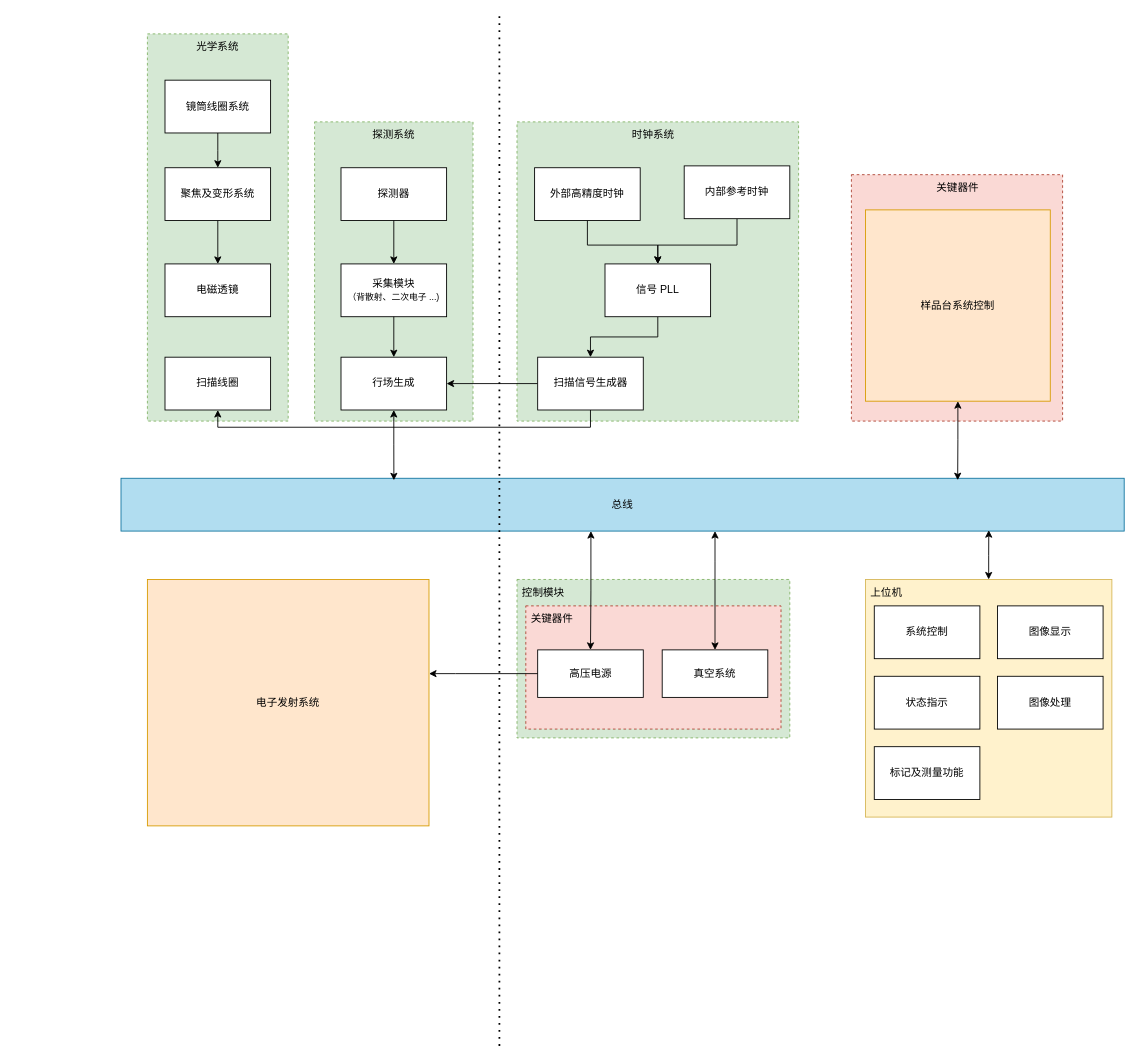
This is page "第一张图" (1 of 2) of 系统结构图.drawio from SolarAA-11/drawio, a draw.io file, before an edit. Source tidied: cells renumbered, new cells numbered last; positions are measured from the earlier drawing's top-left corner, leaving out a move shared by most shapes. Both pictures are drawn from the tidied source at 88%, with x=0, y=0 at pixel (121, 16).
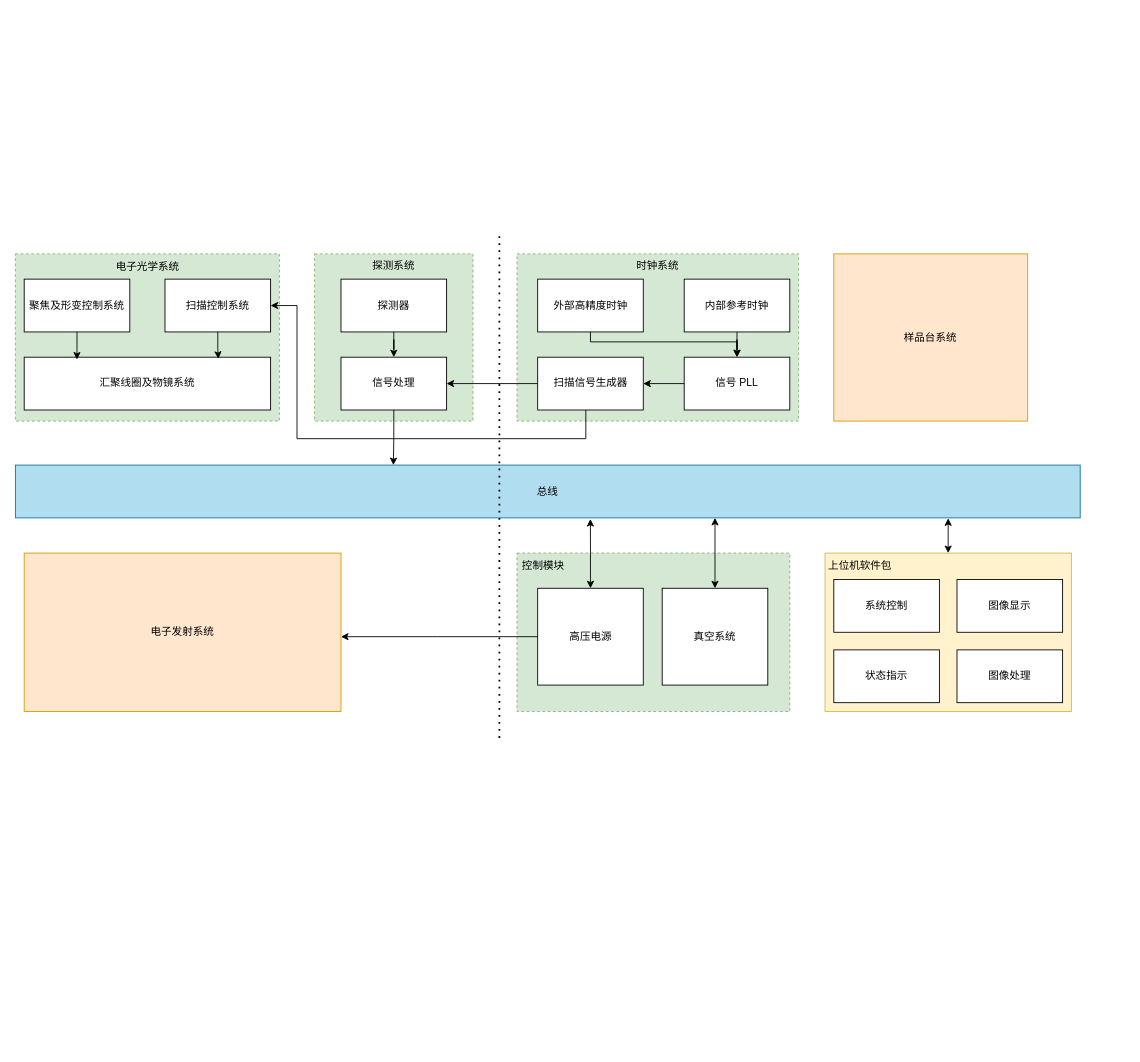
The same page after the edit.

Commit message (it also covers changes not shown here):
更新系统结构图.drawio

The change refers to these unchanged cells:
```xml
<mxCell id="28" value="扫描信号生成器" style="rounded=0;whiteSpace=wrap;html=1;" parent="1" vertex="1">
  <mxGeometry x="473.5" y="387.4" width="120" height="60" as="geometry" />
</mxCell>
```

Diff of the diagram source:
```diff
@@
-    <mxCell id="2" style="rounded=0;whiteSpace=wrap;html=1;fillColor=#fad9d5;dashed=1;strokeColor=#ae4132;" parent="1" vertex="1">
-      <mxGeometry x="830" y="180" width="240" height="280" as="geometry" />
-    </mxCell>
     <mxCell id="3" style="rounded=0;whiteSpace=wrap;html=1;dashed=1;fillColor=#d5e8d4;strokeColor=#82b366;" parent="1" vertex="1">
-      <mxGeometry x="30" y="20" width="160" height="440" as="geometry" />
+      <mxGeometry x="-120" y="270" width="300" height="190" as="geometry" />
     </mxCell>
     <mxCell id="4" style="rounded=0;whiteSpace=wrap;html=1;dashed=1;fillColor=#d5e8d4;strokeColor=#82b366;" parent="1" vertex="1">
-      <mxGeometry x="450" y="640" width="310" height="180" as="geometry" />
+      <mxGeometry x="450" y="610" width="310" height="180" as="geometry" />
     </mxCell>
-    <mxCell id="5" style="rounded=0;whiteSpace=wrap;html=1;fillColor=#fad9d5;strokeColor=#ae4132;dashed=1;" parent="1" vertex="1">
-      <mxGeometry x="460" y="670" width="290" height="140" as="geometry" />
-    </mxCell>
     <mxCell id="6" style="rounded=0;whiteSpace=wrap;html=1;fillColor=#d5e8d4;dashed=1;strokeColor=#82b366;" parent="1" vertex="1">
-      <mxGeometry x="220" y="120" width="180" height="340" as="geometry" />
+      <mxGeometry x="220" y="270" width="180" height="190" as="geometry" />
     </mxCell>
     <mxCell id="7" style="rounded=0;whiteSpace=wrap;html=1;fillColor=#d5e8d4;dashed=1;strokeColor=#82b366;" parent="1" vertex="1">
-      <mxGeometry x="450" y="120" width="320" height="340" as="geometry" />
+      <mxGeometry x="450" y="270" width="320" height="190" as="geometry" />
     </mxCell>
-    <mxCell id="8" style="edgeStyle=orthogonalEdgeStyle;rounded=0;jettySize=auto;html=1;entryX=0.5;entryY=0;entryDx=0;entryDy=0;startArrow=classic;startFill=1;" parent="1" edge="1" source="10" target="12">
-      <mxGeometry relative="1" as="geometry">
-        <Array as="points">
-          <mxPoint x="534" y="653" />
-          <mxPoint x="534" y="653" />
-        </Array>
-      </mxGeometry>
-    </mxCell>
@@
     <mxCell id="10" value="总线" style="rounded=0;whiteSpace=wrap;html=1;fillColor=#b1ddf0;strokeColor=#10739e;" parent="1" vertex="1">
-      <mxGeometry y="525" width="1140" height="60" as="geometry" />
+      <mxGeometry x="-120" y="510" width="1210" height="60" as="geometry" />
     </mxCell>
+    <mxCell id="53" style="edgeStyle=orthogonalEdgeStyle;rounded=0;jettySize=auto;html=1;entryX=0.456;entryY=0.97;entryDx=0;entryDy=0;entryPerimeter=0;startArrow=classic;startFill=1;endArrow=none;endFill=0;" parent="1" edge="1" source="11" target="28">
+      <mxGeometry relative="1" as="geometry">
+        <Array as="points">
+          <mxPoint x="200" y="329" />
+          <mxPoint x="200" y="480" />
+          <mxPoint x="528" y="480" />
+        </Array>
+      </mxGeometry>
+    </mxCell>
-    <mxCell id="11" value="电磁透镜" style="rounded=0;whiteSpace=wrap;html=1;" parent="1" vertex="1">
-      <mxGeometry x="50" y="281.4" width="120" height="60" as="geometry" />
+    <mxCell id="11" value="扫描控制系统" style="rounded=0;whiteSpace=wrap;html=1;" parent="1" vertex="1">
+      <mxGeometry x="50" y="298.7" width="120" height="60" as="geometry" />
     </mxCell>
     <mxCell id="12" value="高压电源" style="rounded=0;whiteSpace=wrap;html=1;" parent="1" vertex="1">
-      <mxGeometry x="473.5" y="720" width="120" height="54" as="geometry" />
+      <mxGeometry x="473.5" y="650" width="120" height="110" as="geometry" />
     </mxCell>
     <mxCell id="13" value="真空系统" style="rounded=0;whiteSpace=wrap;html=1;" parent="1" vertex="1">
-      <mxGeometry x="615" y="720" width="120" height="54" as="geometry" />
+      <mxGeometry x="615" y="650" width="120" height="110" as="geometry" />
     </mxCell>
-    <mxCell id="14" value="样品台系统控制" style="rounded=0;whiteSpace=wrap;html=1;fillColor=#ffe6cc;strokeColor=#d79b00;" parent="1" vertex="1">
-      <mxGeometry x="846" y="220" width="210" height="217.4" as="geometry" />
+    <mxCell id="14" value="样品台系统&lt;br&gt;" style="rounded=0;whiteSpace=wrap;html=1;fillColor=#ffe6cc;strokeColor=#d79b00;" parent="1" vertex="1">
+      <mxGeometry x="810" y="270" width="220.3" height="190" as="geometry" />
     </mxCell>
     <mxCell id="15" value="控制模块" style="text;html=1;strokeColor=none;fillColor=none;align=center;verticalAlign=middle;whiteSpace=wrap;rounded=0;" parent="1" vertex="1">
-      <mxGeometry x="450" y="640" width="60" height="30" as="geometry" />
+      <mxGeometry x="450" y="610" width="60" height="30" as="geometry" />
     </mxCell>
-    <mxCell id="16" value="扫描线圈" style="rounded=0;whiteSpace=wrap;html=1;" parent="1" vertex="1">
-      <mxGeometry x="50" y="387.4" width="120" height="60" as="geometry" />
-    </mxCell>
@@
     <mxCell id="18" value="信号 PLL" style="rounded=0;whiteSpace=wrap;html=1;" parent="1" vertex="1">
-      <mxGeometry x="550" y="281.4" width="120" height="60" as="geometry" />
+      <mxGeometry x="640" y="387.4" width="120" height="60" as="geometry" />
     </mxCell>
     <mxCell id="19" style="edgeStyle=orthogonalEdgeStyle;rounded=0;jettySize=auto;html=1;entryX=0.5;entryY=0;entryDx=0;entryDy=0;" parent="1" edge="1" source="20" target="18">
-      <mxGeometry relative="1" as="geometry">
-        <Array as="points">
-          <mxPoint x="700" y="260" />
-          <mxPoint x="610" y="260" />
-        </Array>
-      </mxGeometry>
+      <mxGeometry relative="1" as="geometry" />
     </mxCell>
     <mxCell id="20" value="内部参考时钟" style="rounded=0;whiteSpace=wrap;html=1;" parent="1" vertex="1">
-      <mxGeometry x="640" y="170" width="120" height="60" as="geometry" />
+      <mxGeometry x="640" y="298.7" width="120" height="60" as="geometry" />
     </mxCell>
-    <mxCell id="21" style="edgeStyle=orthogonalEdgeStyle;rounded=0;jettySize=auto;html=1;" parent="1" edge="1" source="22" target="18">
+    <mxCell id="21" style="edgeStyle=orthogonalEdgeStyle;rounded=0;jettySize=auto;html=1;entryX=0.5;entryY=0;entryDx=0;entryDy=0;" parent="1" edge="1" source="22" target="18">
       <mxGeometry relative="1" as="geometry">
         <Array as="points">
-          <mxPoint x="530" y="260" />
-          <mxPoint x="610" y="260" />
+          <mxPoint x="533" y="370" />
+          <mxPoint x="700" y="370" />
         </Array>
       </mxGeometry>
     </mxCell>
     <mxCell id="22" value="外部高精度时钟" style="rounded=0;whiteSpace=wrap;html=1;" parent="1" vertex="1">
-      <mxGeometry x="470" y="172.1" width="120" height="60" as="geometry" />
+      <mxGeometry x="473.5" y="298.7" width="120" height="60" as="geometry" />
     </mxCell>
     <mxCell id="23" value="探测系统" style="text;html=1;strokeColor=none;fillColor=none;align=center;verticalAlign=middle;whiteSpace=wrap;rounded=0;" parent="1" vertex="1">
-      <mxGeometry x="280" y="120" width="60" height="30" as="geometry" />
+      <mxGeometry x="280" y="268.7" width="60" height="30" as="geometry" />
     </mxCell>
     <mxCell id="24" value="时钟系统" style="text;html=1;strokeColor=none;fillColor=none;align=center;verticalAlign=middle;whiteSpace=wrap;rounded=0;" parent="1" vertex="1">
-      <mxGeometry x="575" y="120" width="60" height="30" as="geometry" />
+      <mxGeometry x="580" y="268.7" width="60" height="30" as="geometry" />
     </mxCell>
-    <mxCell id="25" value="行场生成" style="rounded=0;whiteSpace=wrap;html=1;" parent="1" vertex="1">
+    <mxCell id="25" value="信号处理" style="rounded=0;whiteSpace=wrap;html=1;" parent="1" vertex="1">
       <mxGeometry x="250" y="387.4" width="120" height="60" as="geometry" />
     </mxCell>
@@
-    <mxCell id="27" style="edgeStyle=orthogonalEdgeStyle;rounded=0;jettySize=auto;html=1;entryX=0.5;entryY=1;entryDx=0;entryDy=0;exitX=0.5;exitY=1;exitDx=0;exitDy=0;" parent="1" edge="1" source="28" target="16">
-      <mxGeometry relative="1" as="geometry">
-        <Array as="points">
-          <mxPoint x="534" y="467" />
-          <mxPoint x="110" y="467" />
-        </Array>
-      </mxGeometry>
-    </mxCell>
@@
-    <mxCell id="29" value="采集模块&lt;br&gt;&lt;font style=&quot;font-size: 10px;&quot;&gt;（背散射、二次电子 ...)&lt;/font&gt;" style="rounded=0;whiteSpace=wrap;html=1;" parent="1" vertex="1">
-      <mxGeometry x="250" y="281.4" width="120" height="60" as="geometry" />
-    </mxCell>
+    <mxCell id="54" style="edgeStyle=orthogonalEdgeStyle;rounded=0;jettySize=auto;html=1;entryX=0.5;entryY=0;entryDx=0;entryDy=0;" parent="1" edge="1" source="30" target="25">
+      <mxGeometry relative="1" as="geometry" />
+    </mxCell>
     <mxCell id="30" value="探测器" style="rounded=0;whiteSpace=wrap;html=1;" parent="1" vertex="1">
-      <mxGeometry x="250" y="172.1" width="120" height="60" as="geometry" />
+      <mxGeometry x="250" y="298.7" width="120" height="60" as="geometry" />
     </mxCell>
-    <mxCell id="31" style="endArrow=classic;html=1;rounded=0;exitX=0.5;exitY=1;exitDx=0;exitDy=0;entryX=0.5;entryY=0;entryDx=0;entryDy=0;" parent="1" edge="1" source="30" target="29">
-      <mxGeometry relative="1" as="geometry" />
-    </mxCell>
-    <mxCell id="32" style="endArrow=classic;html=1;rounded=0;exitX=0.5;exitY=1;exitDx=0;exitDy=0;entryX=0.5;entryY=0;entryDx=0;entryDy=0;" parent="1" edge="1" source="29" target="25">
-      <mxGeometry relative="1" as="geometry" />
-    </mxCell>
-    <mxCell id="33" value="关键器件" style="text;html=1;strokeColor=none;fillColor=none;align=center;verticalAlign=middle;whiteSpace=wrap;rounded=0;" parent="1" vertex="1">
-      <mxGeometry x="460" y="670" width="60" height="30" as="geometry" />
-    </mxCell>
     <mxCell id="34" style="rounded=0;whiteSpace=wrap;html=1;fillColor=#fff2cc;strokeColor=#d6b656;" parent="1" vertex="1">
-      <mxGeometry x="846" y="640" width="280" height="270" as="geometry" />
+      <mxGeometry x="800" y="610" width="280" height="180" as="geometry" />
     </mxCell>
     <mxCell id="35" value="系统控制" style="rounded=0;whiteSpace=wrap;html=1;" parent="1" vertex="1">
-      <mxGeometry x="856" y="670" width="120" height="60" as="geometry" />
+      <mxGeometry x="810" y="640" width="120" height="60" as="geometry" />
     </mxCell>
     <mxCell id="36" value="图像显示" style="rounded=0;whiteSpace=wrap;html=1;" parent="1" vertex="1">
-      <mxGeometry x="996" y="670" width="120" height="60" as="geometry" />
+      <mxGeometry x="950" y="640" width="120" height="60" as="geometry" />
     </mxCell>
     <mxCell id="37" value="状态指示" style="rounded=0;whiteSpace=wrap;html=1;" parent="1" vertex="1">
-      <mxGeometry x="856" y="750" width="120" height="60" as="geometry" />
+      <mxGeometry x="810" y="720" width="120" height="60" as="geometry" />
     </mxCell>
     <mxCell id="38" value="图像处理" style="rounded=0;whiteSpace=wrap;html=1;" parent="1" vertex="1">
-      <mxGeometry x="996" y="750" width="120" height="60" as="geometry" />
+      <mxGeometry x="950" y="720" width="120" height="60" as="geometry" />
     </mxCell>
-    <mxCell id="39" value="标记及测量功能" style="rounded=0;whiteSpace=wrap;html=1;" parent="1" vertex="1">
-      <mxGeometry x="856" y="830" width="120" height="60" as="geometry" />
-    </mxCell>
-    <mxCell id="40" value="上位机" style="text;html=1;strokeColor=none;fillColor=none;align=center;verticalAlign=middle;whiteSpace=wrap;rounded=0;" parent="1" vertex="1">
-      <mxGeometry x="840" y="640" width="60" height="30" as="geometry" />
+    <mxCell id="40" value="上位机软件包" style="text;html=1;strokeColor=none;fillColor=none;align=center;verticalAlign=middle;whiteSpace=wrap;rounded=0;" parent="1" vertex="1">
+      <mxGeometry x="800" y="610" width="80" height="30" as="geometry" />
     </mxCell>
-    <mxCell id="41" style="edgeStyle=orthogonalEdgeStyle;rounded=0;jettySize=auto;html=1;" parent="1" edge="1" source="42" target="44">
-      <mxGeometry relative="1" as="geometry" />
-    </mxCell>
-    <mxCell id="42" value="镜筒线圈系统" style="rounded=0;whiteSpace=wrap;html=1;" parent="1" vertex="1">
-      <mxGeometry x="50" y="72.6" width="120" height="60" as="geometry" />
+    <mxCell id="42" value="汇聚线圈及物镜系统" style="rounded=0;whiteSpace=wrap;html=1;" parent="1" vertex="1">
+      <mxGeometry x="-110" y="387.4" width="280" height="60" as="geometry" />
     </mxCell>
-    <mxCell id="43" style="edgeStyle=orthogonalEdgeStyle;rounded=0;jettySize=auto;html=1;entryX=0.5;entryY=0;entryDx=0;entryDy=0;" parent="1" edge="1" source="44" target="11">
-      <mxGeometry relative="1" as="geometry" />
-    </mxCell>
-    <mxCell id="44" value="聚焦及变形系统" style="rounded=0;whiteSpace=wrap;html=1;" parent="1" vertex="1">
-      <mxGeometry x="50" y="172.1" width="120" height="60" as="geometry" />
+    <mxCell id="44" value="聚焦及形变控制系统" style="rounded=0;whiteSpace=wrap;html=1;" parent="1" vertex="1">
+      <mxGeometry x="-110" y="298.7" width="120" height="60" as="geometry" />
     </mxCell>
-    <mxCell id="45" value="光学系统" style="text;html=1;strokeColor=none;fillColor=none;align=center;verticalAlign=middle;whiteSpace=wrap;rounded=0;" parent="1" vertex="1">
-      <mxGeometry x="80" y="20" width="60" height="30" as="geometry" />
+    <mxCell id="45" value="电子光学系统" style="text;html=1;strokeColor=none;fillColor=none;align=center;verticalAlign=middle;whiteSpace=wrap;rounded=0;" parent="1" vertex="1">
+      <mxGeometry x="-7.5" y="270" width="75" height="30" as="geometry" />
     </mxCell>
     <mxCell id="46" value="电子发射系统" style="rounded=0;whiteSpace=wrap;html=1;fillColor=#ffe6cc;strokeColor=#d79b00;" parent="1" vertex="1">
-      <mxGeometry x="30" y="640" width="320" height="280" as="geometry" />
+      <mxGeometry x="-110" y="610" width="360" height="180" as="geometry" />
     </mxCell>
     <mxCell id="47" style="endArrow=none;dashed=1;html=1;dashPattern=1 3;strokeWidth=2;rounded=0;" parent="1" edge="1">
       <mxGeometry relative="1" as="geometry">
-        <mxPoint x="430" y="1170" as="sourcePoint" />
-        <mxPoint x="430" as="targetPoint" />
+        <mxPoint x="430" y="820" as="sourcePoint" />
+        <mxPoint x="430" y="250" as="targetPoint" />
       </mxGeometry>
     </mxCell>
+    <mxCell id="51" style="edgeStyle=orthogonalEdgeStyle;rounded=0;jettySize=auto;html=1;" parent="1" edge="1" source="12" target="46">
+      <mxGeometry relative="1" as="geometry">
+        <Array as="points">
+          <mxPoint x="360" y="705" />
+          <mxPoint x="360" y="705" />
+        </Array>
+      </mxGeometry>
+    </mxCell>
+    <mxCell id="55" style="edgeStyle=orthogonalEdgeStyle;rounded=0;jettySize=auto;html=1;entryX=0.788;entryY=0.03;entryDx=0;entryDy=0;entryPerimeter=0;" parent="1" edge="1" source="11" target="42">
+      <mxGeometry relative="1" as="geometry" />
+    </mxCell>
+    <mxCell id="56" style="edgeStyle=orthogonalEdgeStyle;rounded=0;jettySize=auto;html=1;entryX=0.214;entryY=0.044;entryDx=0;entryDy=0;entryPerimeter=0;" parent="1" edge="1" source="44" target="42">
+      <mxGeometry relative="1" as="geometry" />
+    </mxCell>
-    <mxCell id="48" style="edgeStyle=orthogonalEdgeStyle;rounded=0;jettySize=auto;html=1;entryX=0.865;entryY=0.983;entryDx=0;entryDy=0;entryPerimeter=0;startArrow=classic;startFill=1;" parent="1" edge="1" source="34" target="10">
+    <mxCell id="48" style="edgeStyle=orthogonalEdgeStyle;rounded=0;jettySize=auto;html=1;entryX=0.876;entryY=1.008;entryDx=0;entryDy=0;entryPerimeter=0;startArrow=classic;startFill=1;" parent="1" edge="1" source="34" target="10">
       <mxGeometry relative="1" as="geometry" />
     </mxCell>
-    <mxCell id="49" style="edgeStyle=orthogonalEdgeStyle;rounded=0;jettySize=auto;html=1;entryX=0.272;entryY=0.038;entryDx=0;entryDy=0;entryPerimeter=0;startArrow=classic;startFill=1;" parent="1" edge="1" source="25" target="10">
+    <mxCell id="49" style="edgeStyle=orthogonalEdgeStyle;rounded=0;jettySize=auto;html=1;entryX=0.355;entryY=0;entryDx=0;entryDy=0;entryPerimeter=0;" parent="1" edge="1" source="25" target="10">
       <mxGeometry relative="1" as="geometry" />
     </mxCell>
-    <mxCell id="50" style="edgeStyle=orthogonalEdgeStyle;rounded=0;jettySize=auto;html=1;entryX=0.834;entryY=0.036;entryDx=0;entryDy=0;entryPerimeter=0;startArrow=classic;startFill=1;" parent="1" edge="1" source="14" target="10">
-      <mxGeometry relative="1" as="geometry" />
-    </mxCell>
-    <mxCell id="51" style="edgeStyle=orthogonalEdgeStyle;rounded=0;jettySize=auto;html=1;" parent="1" edge="1" source="12" target="46">
-      <mxGeometry relative="1" as="geometry">
-        <Array as="points">
-          <mxPoint x="380" y="747" />
-          <mxPoint x="380" y="747" />
-        </Array>
-      </mxGeometry>
-    </mxCell>
-    <mxCell id="52" value="关键器件" style="text;html=1;strokeColor=none;fillColor=none;align=center;verticalAlign=middle;whiteSpace=wrap;rounded=0;" parent="1" vertex="1">
-      <mxGeometry x="921" y="180" width="60" height="30" as="geometry" />
-    </mxCell>
+    <mxCell id="57" style="edgeStyle=orthogonalEdgeStyle;rounded=0;jettySize=auto;html=1;entryX=0.54;entryY=1.022;entryDx=0;entryDy=0;entryPerimeter=0;startArrow=classic;startFill=1;" parent="1" edge="1" source="12" target="10">
+      <mxGeometry relative="1" as="geometry" />
+    </mxCell>
```
